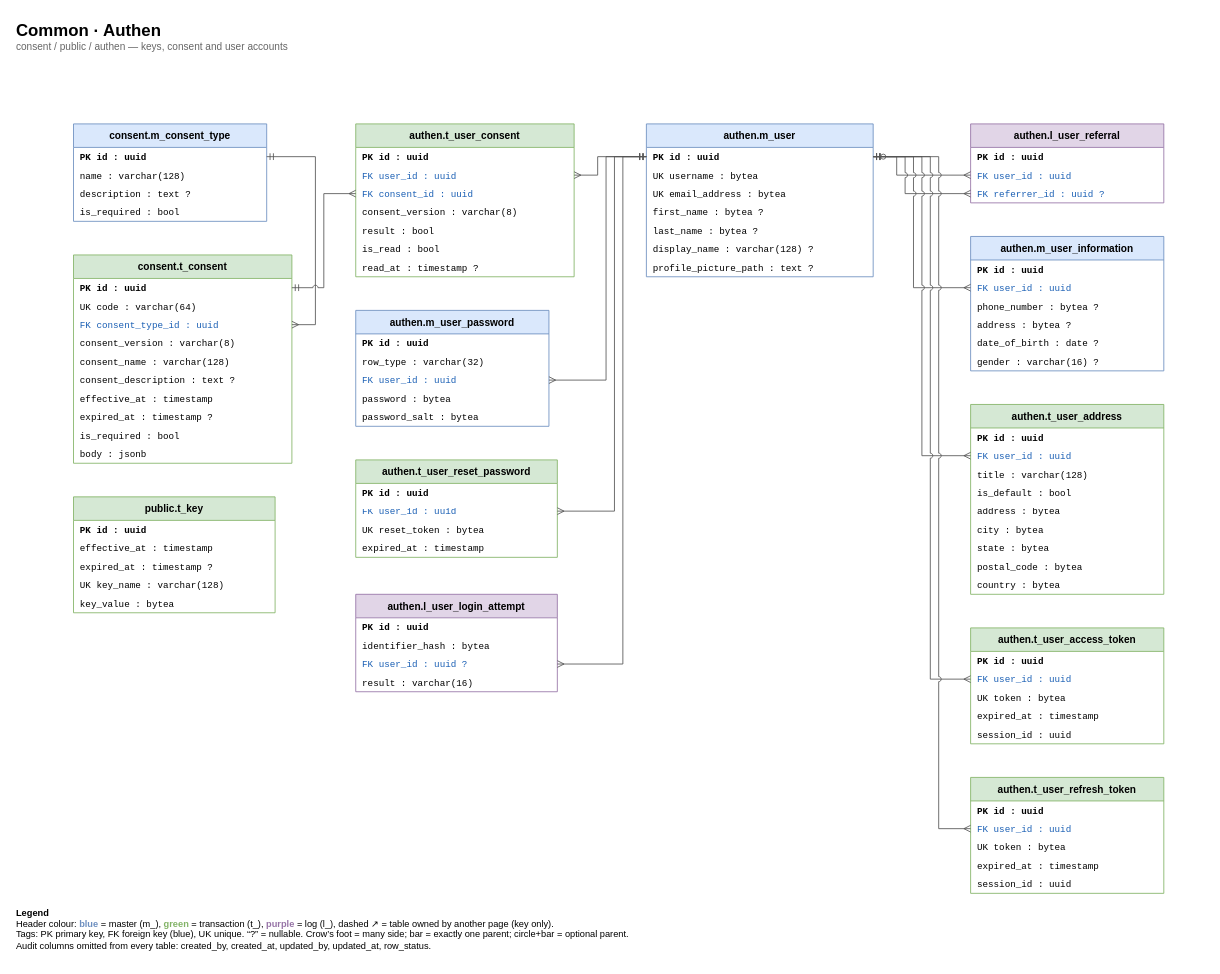
This is page "1 Common · Authen" (2 of 8) of e-commerce/db/er-diagram.drawio from ittikornsopawan/system-analysis-and-design, a draw.io file, before an edit. Source tidied: cells renumbered, new cells numbered last; positions are measured from the earlier drawing's top-left corner, leaving out a move shared by most shapes. Both pictures are drawn from the tidied source at 84%, with x=0, y=0 at pixel (14, 14).
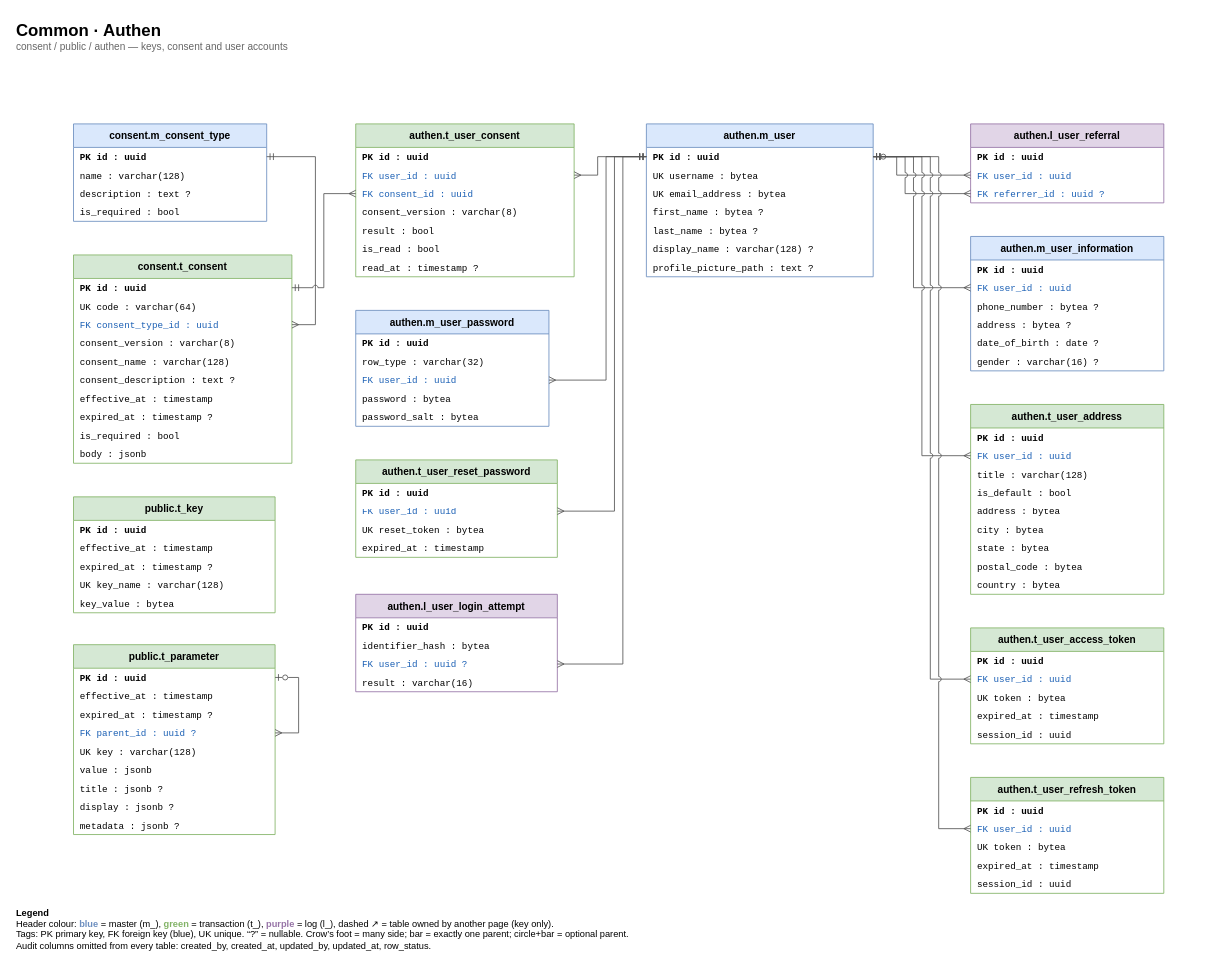
The same diagram, later.

Commit message (it also covers changes not shown here):
feat(db): add public.t_parameter for system parameters

What changed in the source:
```diff
@@
+    <mxCell id="103" value="public.t_parameter" style="swimlane;fontStyle=1;horizontal=1;startSize=28;fillColor=#d5e8d4;strokeColor=#82b366;swimlaneFillColor=#ffffff;fontSize=12;" parent="1" vertex="1">
+      <mxGeometry x="70" y="750" width="240" height="226" as="geometry" />
+    </mxCell>
+    <mxCell id="104" value="PK    id : uuid" style="text;html=0;strokeColor=none;fillColor=none;align=left;verticalAlign=middle;spacingLeft=6;spacingRight=4;overflow=hidden;whiteSpace=nowrap;fontFamily=Courier New;fontSize=11;fontStyle=1;" parent="103" vertex="1">
+      <mxGeometry y="28" width="240" height="22" as="geometry" />
+    </mxCell>
+    <mxCell id="105" value="      effective_at : timestamp" style="text;html=0;strokeColor=none;fillColor=none;align=left;verticalAlign=middle;spacingLeft=6;spacingRight=4;overflow=hidden;whiteSpace=nowrap;fontFamily=Courier New;fontSize=11;" parent="103" vertex="1">
+      <mxGeometry y="50" width="240" height="22" as="geometry" />
+    </mxCell>
+    <mxCell id="106" value="      expired_at : timestamp ?" style="text;html=0;strokeColor=none;fillColor=none;align=left;verticalAlign=middle;spacingLeft=6;spacingRight=4;overflow=hidden;whiteSpace=nowrap;fontFamily=Courier New;fontSize=11;" parent="103" vertex="1">
+      <mxGeometry y="72" width="240" height="22" as="geometry" />
+    </mxCell>
+    <mxCell id="107" value="FK    parent_id : uuid ?" style="text;html=0;strokeColor=none;fillColor=none;align=left;verticalAlign=middle;spacingLeft=6;spacingRight=4;overflow=hidden;whiteSpace=nowrap;fontFamily=Courier New;fontSize=11;fontColor=#1a5fb4;" parent="103" vertex="1">
+      <mxGeometry y="94" width="240" height="22" as="geometry" />
+    </mxCell>
+    <mxCell id="108" value="UK    key : varchar(128)" style="text;html=0;strokeColor=none;fillColor=none;align=left;verticalAlign=middle;spacingLeft=6;spacingRight=4;overflow=hidden;whiteSpace=nowrap;fontFamily=Courier New;fontSize=11;" parent="103" vertex="1">
+      <mxGeometry y="116" width="240" height="22" as="geometry" />
+    </mxCell>
+    <mxCell id="109" value="      value : jsonb" style="text;html=0;strokeColor=none;fillColor=none;align=left;verticalAlign=middle;spacingLeft=6;spacingRight=4;overflow=hidden;whiteSpace=nowrap;fontFamily=Courier New;fontSize=11;" parent="103" vertex="1">
+      <mxGeometry y="138" width="240" height="22" as="geometry" />
+    </mxCell>
+    <mxCell id="110" value="      title : jsonb ?" style="text;html=0;strokeColor=none;fillColor=none;align=left;verticalAlign=middle;spacingLeft=6;spacingRight=4;overflow=hidden;whiteSpace=nowrap;fontFamily=Courier New;fontSize=11;" parent="103" vertex="1">
+      <mxGeometry y="160" width="240" height="22" as="geometry" />
+    </mxCell>
+    <mxCell id="111" value="      display : jsonb ?" style="text;html=0;strokeColor=none;fillColor=none;align=left;verticalAlign=middle;spacingLeft=6;spacingRight=4;overflow=hidden;whiteSpace=nowrap;fontFamily=Courier New;fontSize=11;" parent="103" vertex="1">
+      <mxGeometry y="182" width="240" height="22" as="geometry" />
+    </mxCell>
+    <mxCell id="112" value="      metadata : jsonb ?" style="text;html=0;strokeColor=none;fillColor=none;align=left;verticalAlign=middle;spacingLeft=6;spacingRight=4;overflow=hidden;whiteSpace=nowrap;fontFamily=Courier New;fontSize=11;" parent="103" vertex="1">
+      <mxGeometry y="204" width="240" height="22" as="geometry" />
+    </mxCell>
+    <mxCell id="113" style="html=1;rounded=0;jumpStyle=arc;jumpSize=6;startArrow=ERmany;startFill=0;endArrow=ERzeroToOne;endFill=0;strokeColor=#555555;exitX=1;exitY=0.5;exitDx=0;exitDy=0;entryX=1;entryY=0.5;entryDx=0;entryDy=0;" parent="1" edge="1" source="107" target="104">
+      <mxGeometry relative="1" as="geometry">
+        <Array as="points">
+          <mxPoint x="338" y="855" />
+          <mxPoint x="338" y="789" />
+        </Array>
+      </mxGeometry>
+    </mxCell>
```
